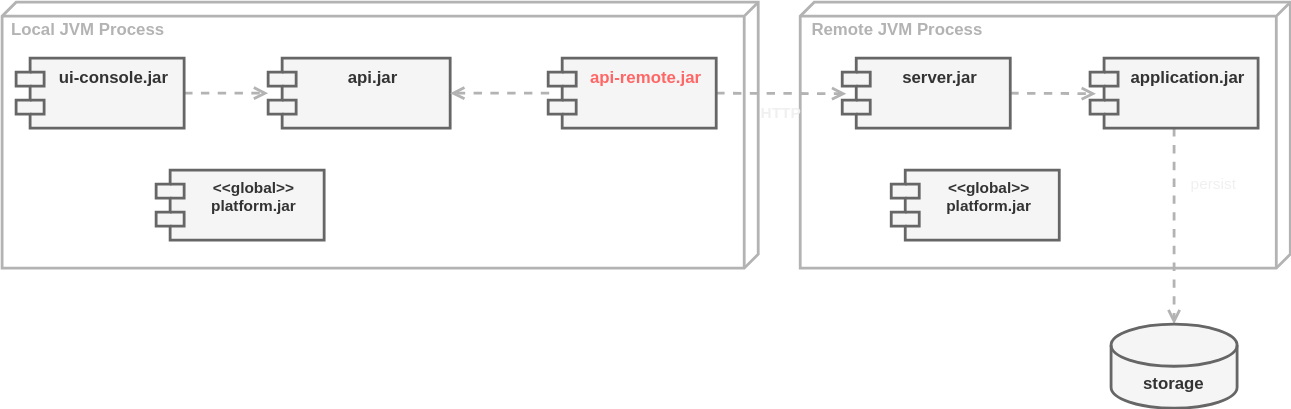
extact-io/rms keeps this draw.io diagram as docs/parts/runtime_remote.drawio.svg. Above is the earlier version. Source tidied: cells renumbered, new cells last; positions are measured from the earlier drawing's top-left corner, leaving out a move shared by most shapes.
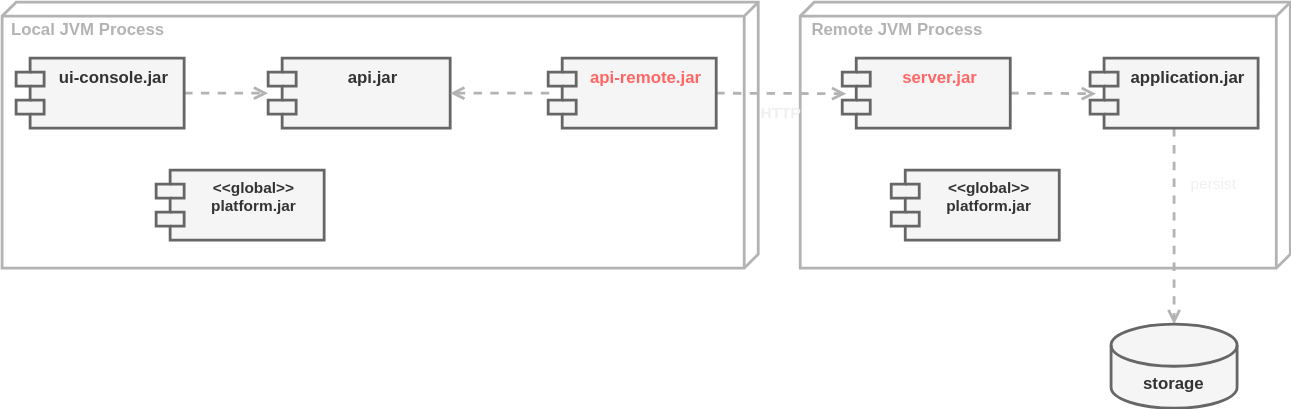
Above is the later version.

The edit, as a diff of the source:
```diff
@@ -52,7 +52,7 @@
     <mxCell id="17" style="edgeStyle=none;shape=connector;rounded=1;html=1;exitX=1;exitY=0.5;exitDx=0;exitDy=0;entryX=0.035;entryY=0.507;entryDx=0;entryDy=0;entryPerimeter=0;dashed=1;labelBackgroundColor=default;fontFamily=Helvetica;fontSize=11;fontColor=default;endArrow=open;endFill=0;strokeColor=#B3B3B3;strokeWidth=2;" parent="1" edge="1" source="18" target="11">
       <mxGeometry relative="1" as="geometry" />
     </mxCell>
-    <mxCell id="18" value="server.jar" style="shape=module;align=left;spacingLeft=20;align=center;verticalAlign=top;fillColor=#f5f5f5;fontColor=#333333;strokeColor=#666666;strokeWidth=2;fontStyle=1;" parent="1" vertex="1">
+    <mxCell id="18" value="server.jar" style="shape=module;align=left;spacingLeft=20;align=center;verticalAlign=top;fillColor=#f5f5f5;fontColor=#FF6666;strokeColor=#666666;strokeWidth=2;fontStyle=1;" parent="1" vertex="1">
       <mxGeometry x="600" y="40" width="120" height="50" as="geometry" />
     </mxCell>
     <mxCell id="19" value="&lt;&lt;global&gt;&gt;&#10;platform.jar" style="shape=module;align=left;spacingLeft=20;align=center;verticalAlign=top;fontFamily=Helvetica;fontSize=11;fillColor=#f5f5f5;strokeColor=#666666;fontColor=#333333;strokeWidth=2;fontStyle=1;" parent="1" vertex="1">
```
